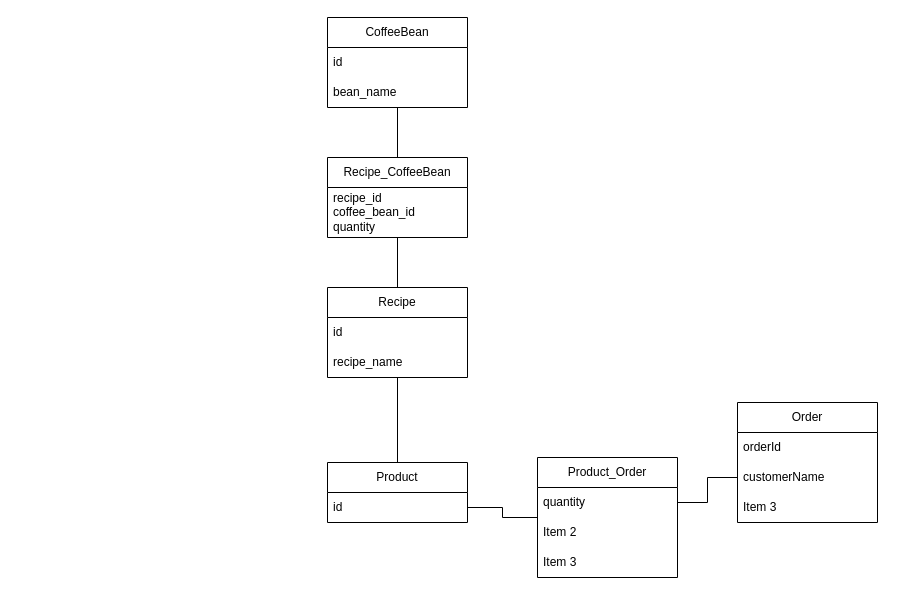
This is GlitchDatabase.drawio from Demnu/NewGlitchBackend, a draw.io file, before an edit. Source tidied: cells renumbered, new cells numbered last; positions are measured from the earlier drawing's top-left corner, leaving out a move shared by most shapes. Both pictures are drawn from the tidied source at 100%, with x=0, y=0 at pixel (327, 17).
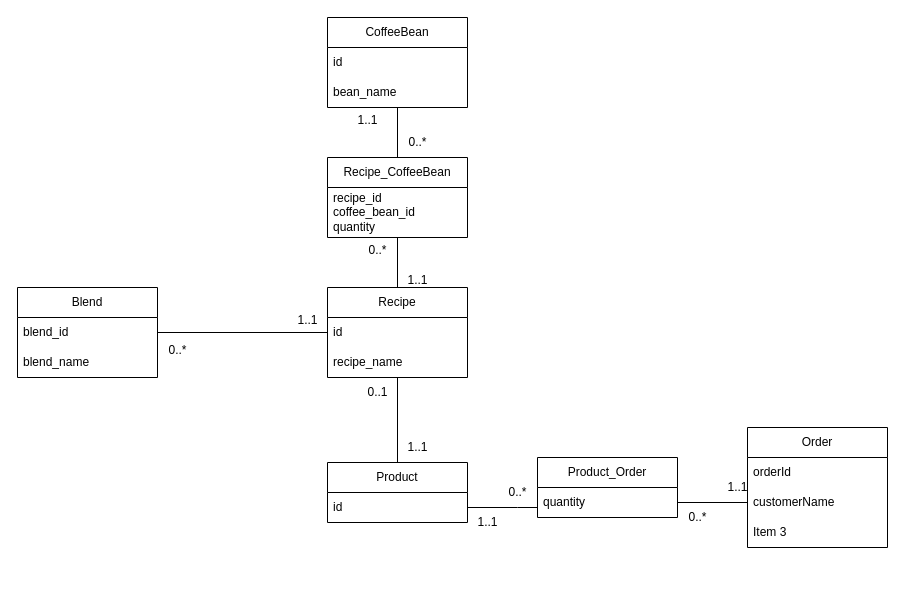
Above is the later version.

Unchanged cells that the change refers to:
```xml
<mxCell id="4" value="id" style="text;strokeColor=none;fillColor=none;align=left;verticalAlign=middle;spacingLeft=4;spacingRight=4;overflow=hidden;points=[[0,0.5],[1,0.5]];portConstraint=eastwest;whiteSpace=wrap;html=1;" parent="3" vertex="1">
  <mxGeometry y="30" width="140" height="30" as="geometry" />
</mxCell>
<mxCell id="14" value="id" style="text;strokeColor=none;fillColor=none;align=left;verticalAlign=middle;spacingLeft=4;spacingRight=4;overflow=hidden;points=[[0,0.5],[1,0.5]];portConstraint=eastwest;whiteSpace=wrap;html=1;" parent="13" vertex="1">
  <mxGeometry y="30" width="140" height="30" as="geometry" />
</mxCell>
```

Change to the diagram source:
```diff
@@
     <mxCell id="15" value="Order" style="swimlane;fontStyle=0;horizontal=1;startSize=30;whiteSpace=wrap;html=1;" parent="1" vertex="1">
-      <mxGeometry x="410" y="385" width="140" height="120" as="geometry" />
+      <mxGeometry x="420" y="410" width="140" height="120" as="geometry" />
     </mxCell>
@@
     <mxCell id="19" style="edgeStyle=orthogonalEdgeStyle;rounded=0;jettySize=auto;html=1;entryX=1;entryY=0.5;entryDx=0;entryDy=0;endArrow=none;endFill=0;" parent="1" edge="1" source="20" target="14">
-      <mxGeometry relative="1" as="geometry" />
+      <mxGeometry relative="1" as="geometry">
+        <Array as="points">
+          <mxPoint x="190" y="490" />
+          <mxPoint x="190" y="490" />
+        </Array>
+      </mxGeometry>
     </mxCell>
     <mxCell id="20" value="Product_Order" style="swimlane;fontStyle=0;horizontal=1;startSize=30;whiteSpace=wrap;html=1;" parent="1" vertex="1">
-      <mxGeometry x="210" y="440" width="140" height="120" as="geometry" />
+      <mxGeometry x="210" y="440" width="140" height="60" as="geometry" />
     </mxCell>
@@
-    <mxCell id="22" value="Item 2" style="text;strokeColor=none;fillColor=none;align=left;verticalAlign=middle;spacingLeft=4;spacingRight=4;overflow=hidden;whiteSpace=wrap;html=1;" parent="20" vertex="1">
-      <mxGeometry y="60" width="140" height="30" as="geometry" />
-    </mxCell>
-    <mxCell id="23" value="Item 3" style="text;strokeColor=none;fillColor=none;align=left;verticalAlign=middle;spacingLeft=4;spacingRight=4;overflow=hidden;whiteSpace=wrap;html=1;" parent="20" vertex="1">
-      <mxGeometry y="90" width="140" height="30" as="geometry" />
-    </mxCell>
@@
+    <mxCell id="25" style="edgeStyle=orthogonalEdgeStyle;rounded=0;jettySize=auto;html=1;entryX=0;entryY=0.5;entryDx=0;entryDy=0;endArrow=none;endFill=0;" parent="1" edge="1" source="26" target="4">
+      <mxGeometry relative="1" as="geometry" />
+    </mxCell>
+    <mxCell id="26" value="Blend" style="swimlane;fontStyle=0;horizontal=1;startSize=30;whiteSpace=wrap;html=1;" parent="1" vertex="1">
+      <mxGeometry x="-310" y="270" width="140" height="90" as="geometry" />
+    </mxCell>
+    <mxCell id="27" value="blend_id" style="text;strokeColor=none;fillColor=none;align=left;verticalAlign=middle;spacingLeft=4;spacingRight=4;overflow=hidden;whiteSpace=wrap;html=1;" parent="26" vertex="1">
+      <mxGeometry y="30" width="140" height="30" as="geometry" />
+    </mxCell>
+    <mxCell id="28" value="blend_name" style="text;strokeColor=none;fillColor=none;align=left;verticalAlign=middle;spacingLeft=4;spacingRight=4;overflow=hidden;whiteSpace=wrap;html=1;" parent="26" vertex="1">
+      <mxGeometry y="60" width="140" height="30" as="geometry" />
+    </mxCell>
+    <mxCell id="29" value="0..*" style="text;html=1;align=center;verticalAlign=middle;strokeColor=none;fillColor=none;" parent="1" vertex="1">
+      <mxGeometry x="-170" y="318" width="40" height="30" as="geometry" />
+    </mxCell>
+    <mxCell id="30" value="1..1" style="text;html=1;align=center;verticalAlign=middle;strokeColor=none;fillColor=none;" parent="1" vertex="1">
+      <mxGeometry x="-40" y="288" width="40" height="30" as="geometry" />
+    </mxCell>
+    <mxCell id="31" value="1..1" style="text;html=1;align=center;verticalAlign=middle;strokeColor=none;fillColor=none;" parent="1" vertex="1">
+      <mxGeometry x="70" y="415" width="40" height="30" as="geometry" />
+    </mxCell>
+    <mxCell id="32" value="0..1" style="text;html=1;align=center;verticalAlign=middle;strokeColor=none;fillColor=none;" parent="1" vertex="1">
+      <mxGeometry x="30" y="360" width="40" height="30" as="geometry" />
+    </mxCell>
+    <mxCell id="33" value="1..1" style="text;html=1;align=center;verticalAlign=middle;strokeColor=none;fillColor=none;" parent="1" vertex="1">
+      <mxGeometry x="70" y="248" width="40" height="30" as="geometry" />
+    </mxCell>
+    <mxCell id="34" value="0..*" style="text;html=1;align=center;verticalAlign=middle;strokeColor=none;fillColor=none;" parent="1" vertex="1">
+      <mxGeometry x="30" y="218" width="40" height="30" as="geometry" />
+    </mxCell>
+    <mxCell id="35" value="0..*" style="text;html=1;align=center;verticalAlign=middle;strokeColor=none;fillColor=none;" parent="1" vertex="1">
+      <mxGeometry x="70" y="110" width="40" height="30" as="geometry" />
+    </mxCell>
+    <mxCell id="36" value="1..1" style="text;html=1;align=center;verticalAlign=middle;strokeColor=none;fillColor=none;" parent="1" vertex="1">
+      <mxGeometry x="20" y="88" width="40" height="30" as="geometry" />
+    </mxCell>
+    <mxCell id="37" value="0..*" style="text;html=1;align=center;verticalAlign=middle;strokeColor=none;fillColor=none;" parent="1" vertex="1">
+      <mxGeometry x="170" y="460" width="40" height="30" as="geometry" />
+    </mxCell>
+    <mxCell id="38" value="1..1&lt;br&gt;" style="text;html=1;align=center;verticalAlign=middle;strokeColor=none;fillColor=none;" parent="1" vertex="1">
+      <mxGeometry x="140" y="490" width="40" height="30" as="geometry" />
+    </mxCell>
+    <mxCell id="39" value="1..1" style="text;html=1;align=center;verticalAlign=middle;strokeColor=none;fillColor=none;" parent="1" vertex="1">
+      <mxGeometry x="390" y="455" width="40" height="30" as="geometry" />
+    </mxCell>
+    <mxCell id="40" value="0..*" style="text;html=1;align=center;verticalAlign=middle;strokeColor=none;fillColor=none;" parent="1" vertex="1">
+      <mxGeometry x="350" y="485" width="40" height="30" as="geometry" />
+    </mxCell>
```
